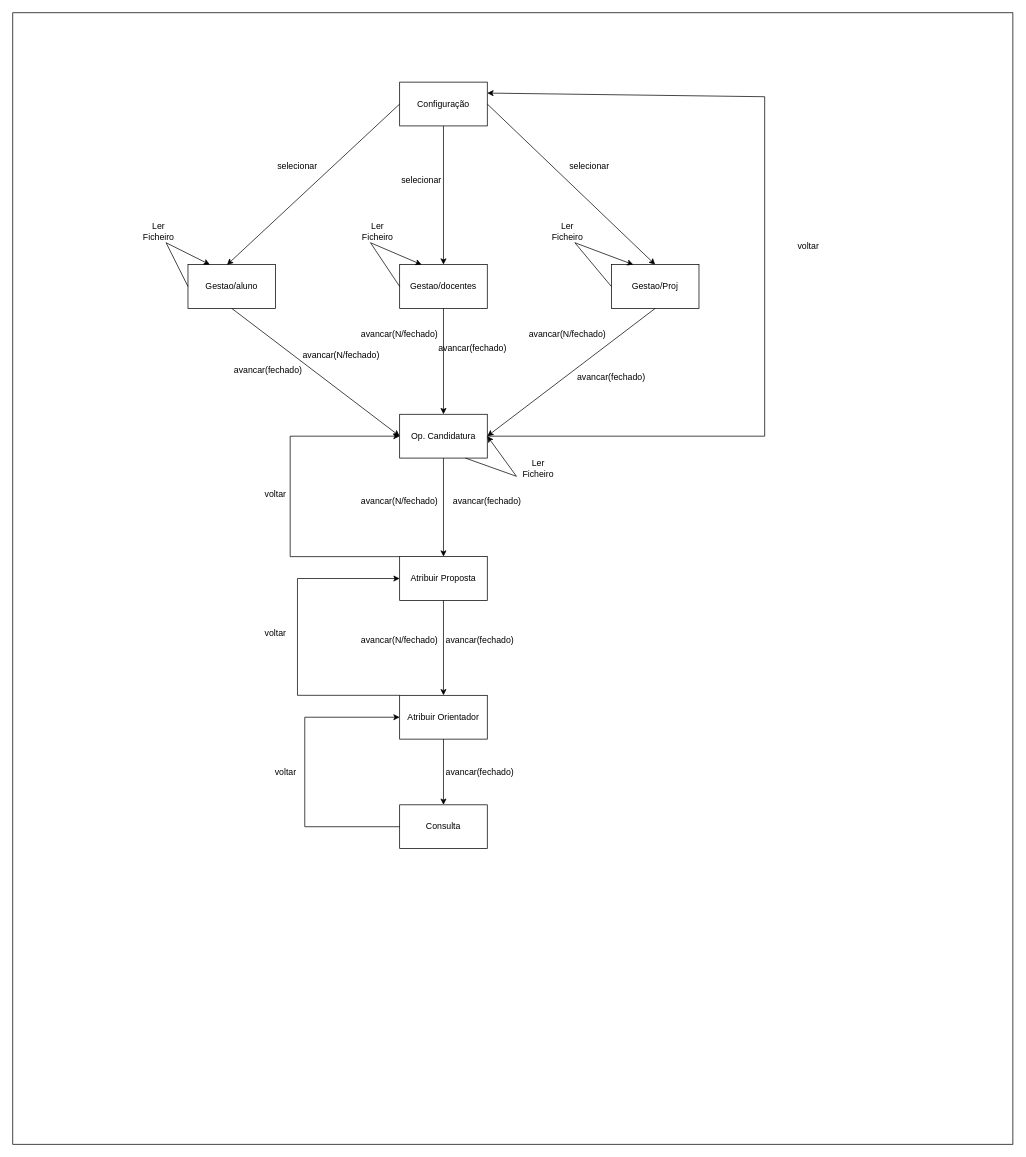
The draw.io diagram Resources/FSM.drawio in AngeloGSilva/PA_TP_2022, before the edit. Source tidied: cells renumbered, new cells numbered last; positions are measured from the earlier drawing's top-left corner, leaving out a move shared by most shapes. Both pictures are drawn from the tidied source at 73%, with x=0, y=0 at pixel (12, 12).
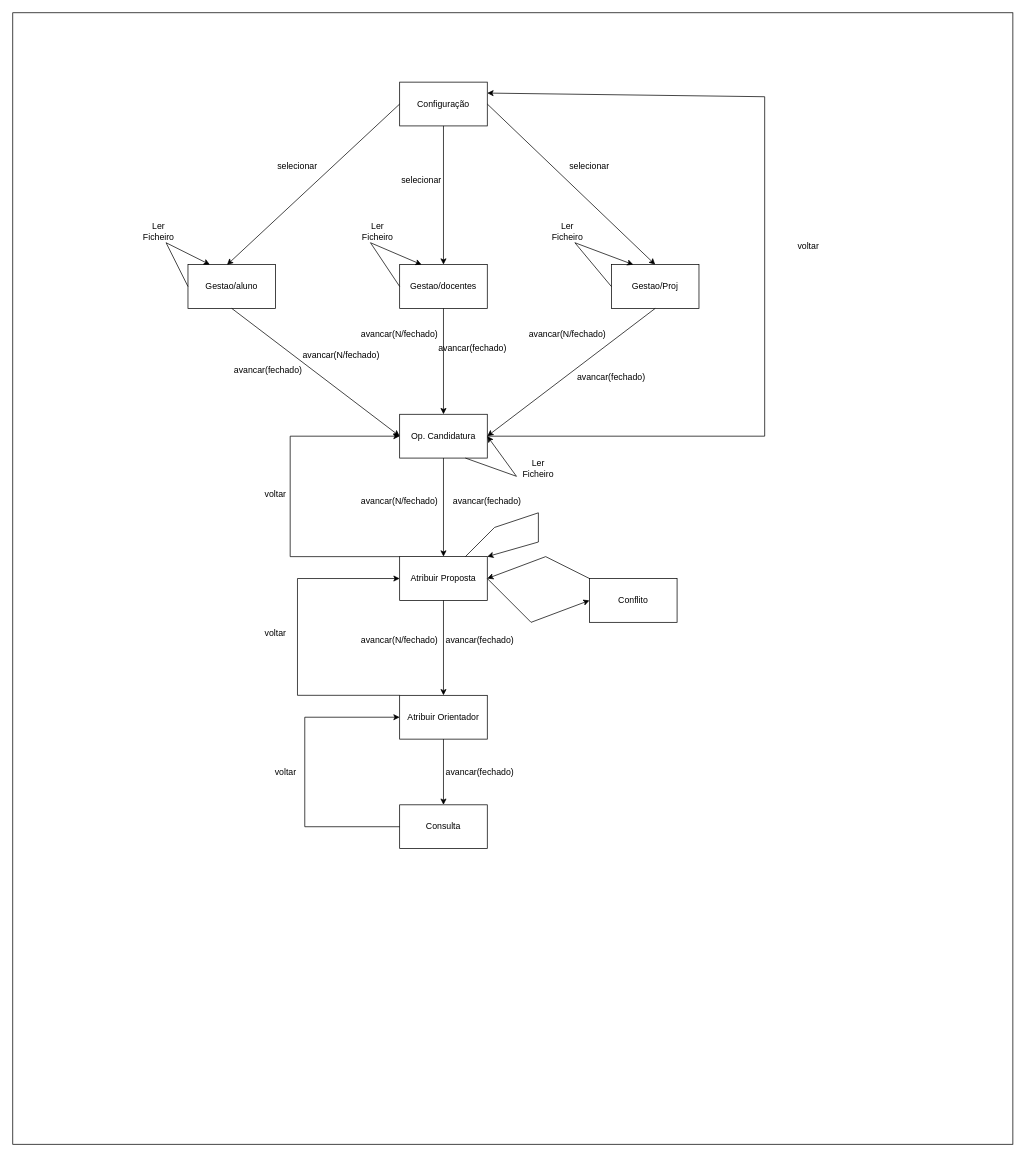
Above is the later version.

The change refers to these unchanged cells:
```xml
<mxCell id="6" value="Atribuir Proposta" style="rounded=0;whiteSpace=wrap;html=1;" parent="1" vertex="1">
  <mxGeometry x="530" y="745" width="120" height="60" as="geometry" />
</mxCell>
```

What changed in the source:
```diff
@@
+    <mxCell id="50" value="Conflito" style="rounded=0;whiteSpace=wrap;html=1;" parent="1" vertex="1">
+      <mxGeometry x="790" y="775" width="120" height="60" as="geometry" />
+    </mxCell>
+    <mxCell id="51" style="endArrow=classic;html=1;rounded=0;exitX=1;exitY=0.5;exitDx=0;exitDy=0;entryX=0;entryY=0.5;entryDx=0;entryDy=0;" parent="1" edge="1" source="6" target="50">
+      <mxGeometry relative="1" as="geometry">
+        <Array as="points">
+          <mxPoint x="710" y="835" />
+        </Array>
+      </mxGeometry>
+    </mxCell>
+    <mxCell id="52" style="endArrow=classic;html=1;rounded=0;exitX=0;exitY=0;exitDx=0;exitDy=0;entryX=1;entryY=0.5;entryDx=0;entryDy=0;" parent="1" edge="1" source="50" target="6">
+      <mxGeometry relative="1" as="geometry">
+        <Array as="points">
+          <mxPoint x="730" y="745" />
+        </Array>
+      </mxGeometry>
+    </mxCell>
+    <mxCell id="53" style="endArrow=classic;html=1;rounded=0;exitX=0.75;exitY=0;exitDx=0;exitDy=0;entryX=1;entryY=0;entryDx=0;entryDy=0;" parent="1" edge="1" source="6" target="6">
+      <mxGeometry relative="1" as="geometry">
+        <Array as="points">
+          <mxPoint x="660" y="705" />
+          <mxPoint x="720" y="685" />
+          <mxPoint x="720" y="725" />
+        </Array>
+      </mxGeometry>
+    </mxCell>
```
